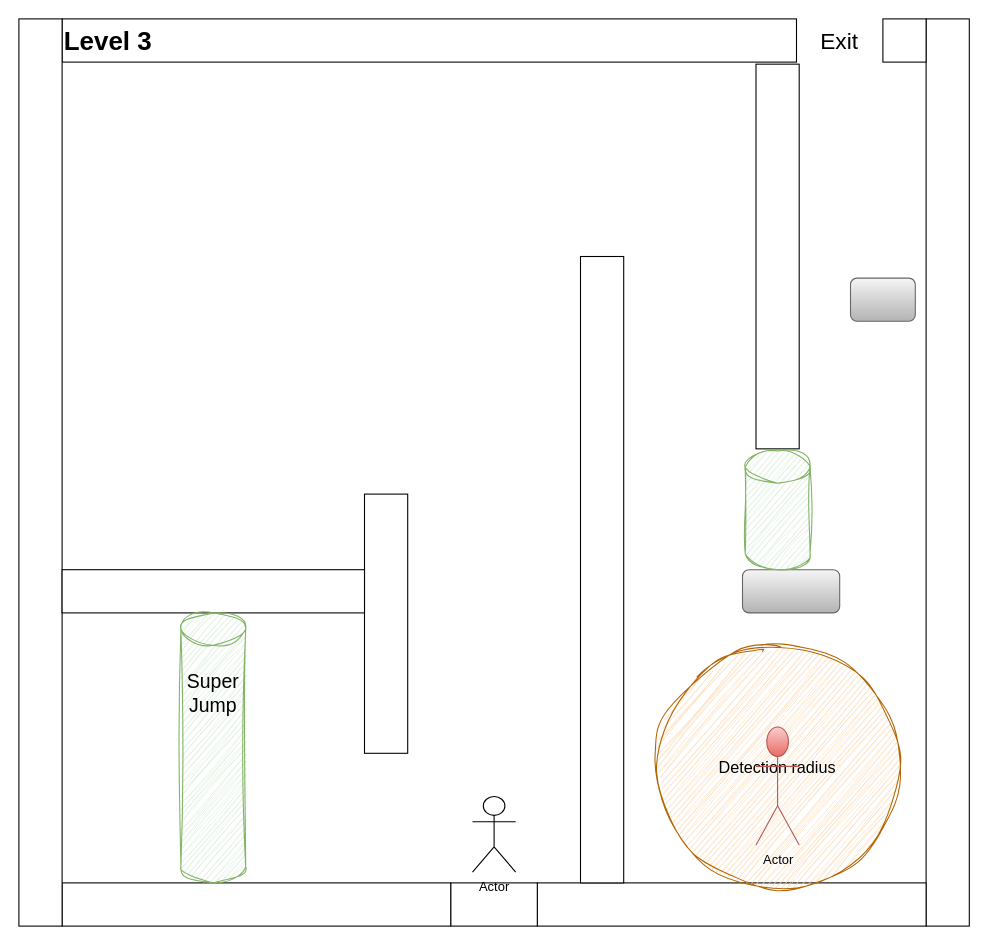
The draw.io diagram page "Page-3" (3 of 4) of GDD/Level_Prototypes/Level3.drawio in onyxchristopher/GD-team10-g2, before the edit. Source tidied: cells renumbered, new cells numbered last; positions are measured from the earlier drawing's top-left corner, leaving out a move shared by most shapes. Both pictures are drawn from the tidied source at 108%, with x=0, y=0 at pixel (-414, 18).
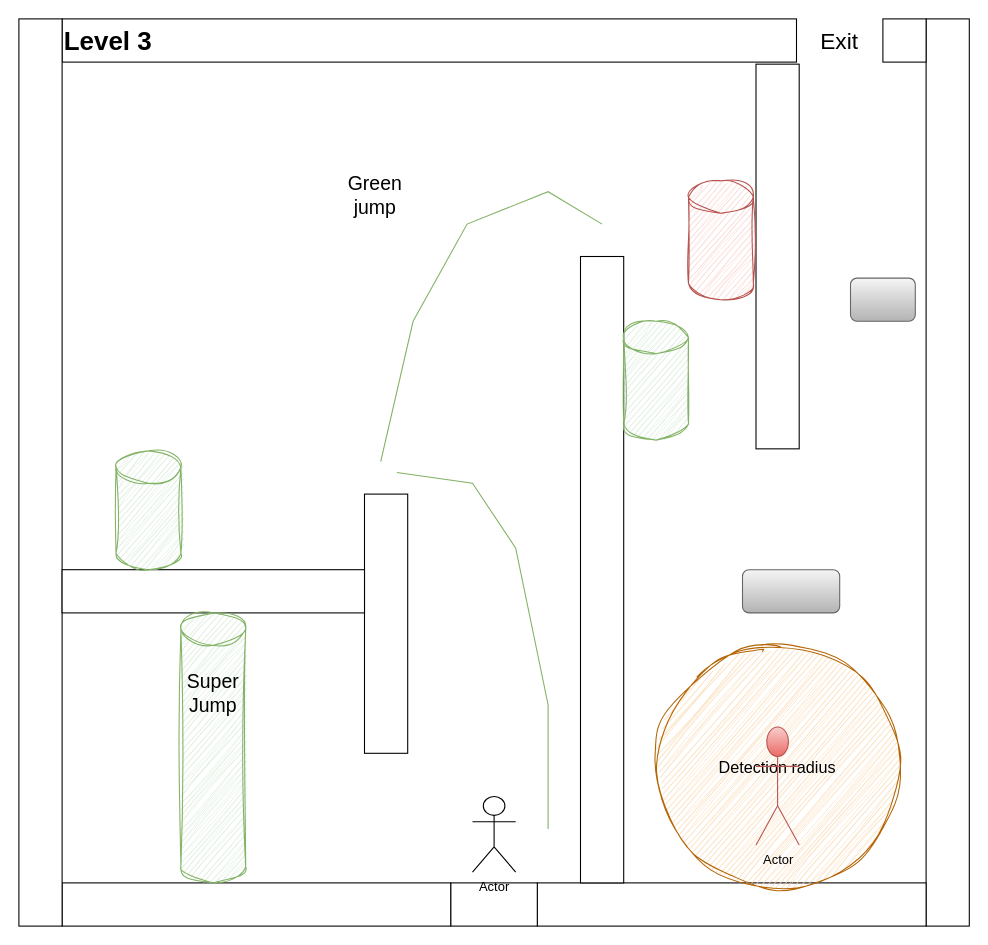
After the change.

Diff of the diagram source:
```diff
@@
-    <mxCell id="19" style="shape=cylinder3;whiteSpace=wrap;html=1;boundedLbl=1;backgroundOutline=1;size=15;fillColor=#d5e8d4;strokeColor=#82b366;sketch=1;curveFitting=1;jiggle=2;" parent="1" vertex="1">
-      <mxGeometry x="1072.5" y="400" width="60" height="110" as="geometry" />
+    <mxCell id="19" style="shape=cylinder3;whiteSpace=wrap;html=1;boundedLbl=1;backgroundOutline=1;size=15;fillColor=#f8cecc;strokeColor=#b85450;sketch=1;curveFitting=1;jiggle=2;" parent="1" vertex="1">
+      <mxGeometry x="1020" y="150" width="60" height="110" as="geometry" />
     </mxCell>
@@
+    <mxCell id="23" style="shape=cylinder3;whiteSpace=wrap;html=1;boundedLbl=1;backgroundOutline=1;size=15;fillColor=#d5e8d4;strokeColor=#82b366;sketch=1;curveFitting=1;jiggle=2;" parent="1" vertex="1">
+      <mxGeometry x="960" y="280" width="60" height="110" as="geometry" />
+    </mxCell>
+    <mxCell id="24" style="shape=cylinder3;whiteSpace=wrap;html=1;boundedLbl=1;backgroundOutline=1;size=15;fillColor=#d5e8d4;strokeColor=#82b366;sketch=1;curveFitting=1;jiggle=2;" parent="1" vertex="1">
+      <mxGeometry x="490" y="400" width="60" height="110" as="geometry" />
+    </mxCell>
+    <mxCell id="25" style="endArrow=none;html=1;rounded=0;fillColor=#d5e8d4;strokeColor=#82b366;" parent="1" edge="1">
+      <mxGeometry relative="1" as="geometry">
+        <mxPoint x="735" y="410" as="sourcePoint" />
+        <mxPoint x="940" y="190" as="targetPoint" />
+        <Array as="points">
+          <mxPoint x="765" y="280" />
+          <mxPoint x="815" y="190" />
+          <mxPoint x="890" y="160" />
+        </Array>
+      </mxGeometry>
+    </mxCell>
+    <mxCell id="26" value="&lt;font style=&quot;font-size: 18px;&quot;&gt;Green jump&lt;/font&gt;&lt;div style=&quot;font-size: 18px;&quot;&gt;&lt;br&gt;&lt;/div&gt;" style="text;html=1;align=center;verticalAlign=middle;whiteSpace=wrap;rounded=0;" parent="1" vertex="1">
+      <mxGeometry x="700" y="160" width="60" height="30" as="geometry" />
+    </mxCell>
+    <mxCell id="27" style="endArrow=none;html=1;rounded=0;fillColor=#d5e8d4;strokeColor=#82b366;" parent="1" edge="1">
+      <mxGeometry relative="1" as="geometry">
+        <mxPoint x="890" y="750" as="sourcePoint" />
+        <mxPoint x="750" y="420" as="targetPoint" />
+        <Array as="points">
+          <mxPoint x="890" y="635" />
+          <mxPoint x="860" y="490" />
+          <mxPoint x="820" y="430" />
+        </Array>
+      </mxGeometry>
+    </mxCell>
```
